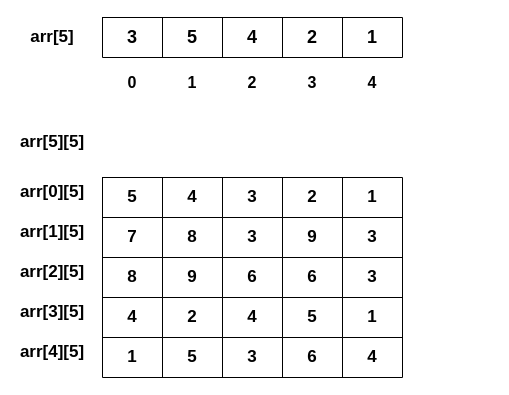
This is 未命名绘图.drawio from wujinzhe/course, a draw.io file, before an edit. Source tidied: cells renumbered, new cells numbered last; positions are measured from the earlier drawing's top-left corner, leaving out a move shared by most shapes. Both pictures are drawn from the tidied source at 100%, with x=0, y=0 at pixel (17, 17).
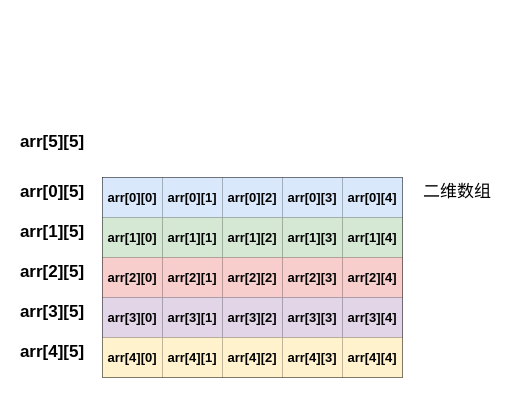
The same diagram, later.

Commit message:
更新未命名绘图.drawio

Unchanged cells that the change refers to:
```xml
<mxCell id="16" style="shape=tableRow;horizontal=0;startSize=0;swimlaneHead=0;swimlaneBody=0;strokeColor=inherit;top=0;left=0;bottom=0;right=0;fillColor=none;" parent="15" vertex="1">
  <mxGeometry width="300" height="40" as="geometry" />
</mxCell>
<mxCell id="22" style="shape=tableRow;horizontal=0;startSize=0;swimlaneHead=0;swimlaneBody=0;strokeColor=inherit;top=0;left=0;bottom=0;right=0;fillColor=none;" parent="15" vertex="1">
  <mxGeometry y="40" width="300" height="40" as="geometry" />
</mxCell>
<mxCell id="28" style="shape=tableRow;horizontal=0;startSize=0;swimlaneHead=0;swimlaneBody=0;strokeColor=inherit;top=0;left=0;bottom=0;right=0;fillColor=none;" parent="15" vertex="1">
  <mxGeometry y="80" width="300" height="40" as="geometry" />
</mxCell>
<mxCell id="34" style="shape=tableRow;horizontal=0;startSize=0;swimlaneHead=0;swimlaneBody=0;strokeColor=inherit;top=0;left=0;bottom=0;right=0;fillColor=none;" parent="15" vertex="1">
  <mxGeometry y="120" width="300" height="40" as="geometry" />
</mxCell>
<mxCell id="40" style="shape=tableRow;horizontal=0;startSize=0;swimlaneHead=0;swimlaneBody=0;strokeColor=inherit;top=0;left=0;bottom=0;right=0;fillColor=none;" parent="15" vertex="1">
  <mxGeometry y="160" width="300" height="40" as="geometry" />
</mxCell>
```

Change to the diagram source:
```diff
@@
-    <mxCell id="2" style="shape=table;startSize=0;childLayout=tableLayout;fontSize=18;" parent="1" vertex="1">
-      <mxGeometry x="85" width="300" height="40" as="geometry" />
-    </mxCell>
-    <mxCell id="3" style="shape=tableRow;horizontal=0;startSize=0;swimlaneHead=0;swimlaneBody=0;strokeColor=inherit;top=0;left=0;bottom=0;right=0;fillColor=none;" parent="2" vertex="1">
-      <mxGeometry width="300" height="40" as="geometry" />
-    </mxCell>
-    <mxCell id="4" value="3" style="shape=partialRectangle;html=1;whiteSpace=wrap;strokeColor=inherit;overflow=hidden;fillColor=none;top=0;left=0;bottom=0;right=0;fontSize=18;fontStyle=1;" parent="3" vertex="1">
-      <mxGeometry width="60" height="40" as="geometry" />
-    </mxCell>
-    <mxCell id="5" value="5" style="shape=partialRectangle;html=1;whiteSpace=wrap;strokeColor=inherit;overflow=hidden;fillColor=none;top=0;left=0;bottom=0;right=0;fontSize=18;fontStyle=1;" parent="3" vertex="1">
-      <mxGeometry x="60" width="60" height="40" as="geometry" />
-    </mxCell>
-    <mxCell id="6" value="4" style="shape=partialRectangle;html=1;whiteSpace=wrap;strokeColor=inherit;overflow=hidden;fillColor=none;top=0;left=0;bottom=0;right=0;fontSize=18;fontStyle=1;" parent="3" vertex="1">
-      <mxGeometry x="120" width="60" height="40" as="geometry" />
-    </mxCell>
-    <mxCell id="7" value="2" style="shape=partialRectangle;html=1;whiteSpace=wrap;strokeColor=inherit;overflow=hidden;fillColor=none;top=0;left=0;bottom=0;right=0;fontSize=18;fontStyle=1;" parent="3" vertex="1">
-      <mxGeometry x="180" width="60" height="40" as="geometry" />
-    </mxCell>
-    <mxCell id="8" value="1" style="shape=partialRectangle;html=1;whiteSpace=wrap;strokeColor=inherit;overflow=hidden;fillColor=none;top=0;left=0;bottom=0;right=0;fontSize=18;fontStyle=1;" parent="3" vertex="1">
-      <mxGeometry x="240" width="60" height="40" as="geometry" />
-    </mxCell>
-    <mxCell id="9" value="&lt;font style=&quot;font-size: 17px;&quot;&gt;&lt;b&gt;arr[5]&lt;/b&gt;&lt;/font&gt;" style="text;html=1;strokeColor=none;fillColor=none;align=center;verticalAlign=middle;whiteSpace=wrap;rounded=0;" parent="1" vertex="1">
-      <mxGeometry x="5" y="5" width="60" height="30" as="geometry" />
-    </mxCell>
-    <mxCell id="10" value="0" style="text;html=1;strokeColor=none;fillColor=none;align=center;verticalAlign=middle;whiteSpace=wrap;rounded=0;fontSize=16;fontStyle=1;" parent="1" vertex="1">
-      <mxGeometry x="85" y="50" width="60" height="30" as="geometry" />
-    </mxCell>
-    <mxCell id="11" value="1" style="text;html=1;strokeColor=none;fillColor=none;align=center;verticalAlign=middle;whiteSpace=wrap;rounded=0;fontSize=16;fontStyle=1;" parent="1" vertex="1">
-      <mxGeometry x="145" y="50" width="60" height="30" as="geometry" />
-    </mxCell>
-    <mxCell id="12" value="2" style="text;html=1;strokeColor=none;fillColor=none;align=center;verticalAlign=middle;whiteSpace=wrap;rounded=0;fontSize=16;fontStyle=1;" parent="1" vertex="1">
-      <mxGeometry x="205" y="50" width="60" height="30" as="geometry" />
-    </mxCell>
-    <mxCell id="13" value="3" style="text;html=1;strokeColor=none;fillColor=none;align=center;verticalAlign=middle;whiteSpace=wrap;rounded=0;fontSize=16;fontStyle=1;" parent="1" vertex="1">
-      <mxGeometry x="265" y="50" width="60" height="30" as="geometry" />
-    </mxCell>
-    <mxCell id="14" value="4" style="text;html=1;strokeColor=none;fillColor=none;align=center;verticalAlign=middle;whiteSpace=wrap;rounded=0;fontSize=16;fontStyle=1;" parent="1" vertex="1">
-      <mxGeometry x="325" y="50" width="60" height="30" as="geometry" />
-    </mxCell>
@@
-    <mxCell id="17" value="5" style="shape=partialRectangle;html=1;whiteSpace=wrap;strokeColor=inherit;overflow=hidden;fillColor=none;top=0;left=0;bottom=0;right=0;fontSize=17;fontStyle=1;" parent="16" vertex="1">
+    <mxCell id="17" value="&lt;b style=&quot;border-color: var(--border-color); font-size: 13px;&quot;&gt;arr[0][0]&lt;/b&gt;" style="shape=partialRectangle;html=1;whiteSpace=wrap;strokeColor=#6c8ebf;overflow=hidden;fillColor=#dae8fc;top=0;left=0;bottom=0;right=0;fontSize=13;fontStyle=1;" parent="16" vertex="1">
       <mxGeometry width="60" height="40" as="geometry" />
     </mxCell>
-    <mxCell id="18" value="4" style="shape=partialRectangle;html=1;whiteSpace=wrap;strokeColor=inherit;overflow=hidden;fillColor=none;top=0;left=0;bottom=0;right=0;fontSize=17;fontStyle=1;" parent="16" vertex="1">
+    <mxCell id="18" value="&lt;b style=&quot;border-color: var(--border-color);&quot;&gt;arr[0][1]&lt;/b&gt;" style="shape=partialRectangle;html=1;whiteSpace=wrap;strokeColor=#6c8ebf;overflow=hidden;fillColor=#dae8fc;top=0;left=0;bottom=0;right=0;fontSize=13;fontStyle=1;" parent="16" vertex="1">
       <mxGeometry x="60" width="60" height="40" as="geometry" />
     </mxCell>
-    <mxCell id="19" value="3" style="shape=partialRectangle;html=1;whiteSpace=wrap;strokeColor=inherit;overflow=hidden;fillColor=none;top=0;left=0;bottom=0;right=0;fontSize=17;fontStyle=1;" parent="16" vertex="1">
+    <mxCell id="19" value="&lt;b style=&quot;border-color: var(--border-color);&quot;&gt;arr[0][2]&lt;/b&gt;" style="shape=partialRectangle;html=1;whiteSpace=wrap;strokeColor=#6c8ebf;overflow=hidden;fillColor=#dae8fc;top=0;left=0;bottom=0;right=0;fontSize=13;fontStyle=1;" parent="16" vertex="1">
       <mxGeometry x="120" width="60" height="40" as="geometry" />
     </mxCell>
-    <mxCell id="20" value="2" style="shape=partialRectangle;html=1;whiteSpace=wrap;strokeColor=inherit;overflow=hidden;fillColor=none;top=0;left=0;bottom=0;right=0;fontSize=17;fontStyle=1;" parent="16" vertex="1">
+    <mxCell id="20" value="&lt;b style=&quot;border-color: var(--border-color);&quot;&gt;arr[0][3]&lt;/b&gt;" style="shape=partialRectangle;html=1;whiteSpace=wrap;strokeColor=#6c8ebf;overflow=hidden;fillColor=#dae8fc;top=0;left=0;bottom=0;right=0;fontSize=13;fontStyle=1;" parent="16" vertex="1">
       <mxGeometry x="180" width="60" height="40" as="geometry" />
     </mxCell>
-    <mxCell id="21" value="1" style="shape=partialRectangle;html=1;whiteSpace=wrap;strokeColor=inherit;overflow=hidden;fillColor=none;top=0;left=0;bottom=0;right=0;fontSize=17;fontStyle=1;" parent="16" vertex="1">
+    <mxCell id="21" value="&lt;b style=&quot;border-color: var(--border-color);&quot;&gt;arr[0][4]&lt;/b&gt;" style="shape=partialRectangle;html=1;whiteSpace=wrap;strokeColor=#6c8ebf;overflow=hidden;fillColor=#dae8fc;top=0;left=0;bottom=0;right=0;fontSize=13;fontStyle=1;" parent="16" vertex="1">
       <mxGeometry x="240" width="60" height="40" as="geometry" />
     </mxCell>
@@
-    <mxCell id="23" value="7" style="shape=partialRectangle;html=1;whiteSpace=wrap;strokeColor=inherit;overflow=hidden;fillColor=none;top=0;left=0;bottom=0;right=0;fontSize=17;fontStyle=1;" parent="22" vertex="1">
+    <mxCell id="23" value="&lt;b style=&quot;border-color: var(--border-color);&quot;&gt;arr[1][0]&lt;/b&gt;" style="shape=partialRectangle;html=1;whiteSpace=wrap;strokeColor=#82b366;overflow=hidden;fillColor=#d5e8d4;top=0;left=0;bottom=0;right=0;fontSize=13;fontStyle=1;" parent="22" vertex="1">
       <mxGeometry width="60" height="40" as="geometry" />
     </mxCell>
-    <mxCell id="24" value="8" style="shape=partialRectangle;html=1;whiteSpace=wrap;strokeColor=inherit;overflow=hidden;fillColor=none;top=0;left=0;bottom=0;right=0;fontSize=17;fontStyle=1;" parent="22" vertex="1">
+    <mxCell id="24" value="&lt;b style=&quot;border-color: var(--border-color);&quot;&gt;arr[1][1]&lt;/b&gt;" style="shape=partialRectangle;html=1;whiteSpace=wrap;strokeColor=#82b366;overflow=hidden;fillColor=#d5e8d4;top=0;left=0;bottom=0;right=0;fontSize=13;fontStyle=1;" parent="22" vertex="1">
       <mxGeometry x="60" width="60" height="40" as="geometry" />
     </mxCell>
-    <mxCell id="25" value="3" style="shape=partialRectangle;html=1;whiteSpace=wrap;strokeColor=inherit;overflow=hidden;fillColor=none;top=0;left=0;bottom=0;right=0;fontSize=17;fontStyle=1;" parent="22" vertex="1">
+    <mxCell id="25" value="&lt;b style=&quot;border-color: var(--border-color);&quot;&gt;arr[1][2]&lt;/b&gt;" style="shape=partialRectangle;html=1;whiteSpace=wrap;strokeColor=#82b366;overflow=hidden;fillColor=#d5e8d4;top=0;left=0;bottom=0;right=0;fontSize=13;fontStyle=1;" parent="22" vertex="1">
       <mxGeometry x="120" width="60" height="40" as="geometry" />
     </mxCell>
-    <mxCell id="26" value="9" style="shape=partialRectangle;html=1;whiteSpace=wrap;strokeColor=inherit;overflow=hidden;fillColor=none;top=0;left=0;bottom=0;right=0;fontSize=17;fontStyle=1;" parent="22" vertex="1">
+    <mxCell id="26" value="&lt;b style=&quot;border-color: var(--border-color);&quot;&gt;arr[1][3]&lt;/b&gt;" style="shape=partialRectangle;html=1;whiteSpace=wrap;strokeColor=#82b366;overflow=hidden;fillColor=#d5e8d4;top=0;left=0;bottom=0;right=0;fontSize=13;fontStyle=1;" parent="22" vertex="1">
       <mxGeometry x="180" width="60" height="40" as="geometry" />
     </mxCell>
-    <mxCell id="27" value="3" style="shape=partialRectangle;html=1;whiteSpace=wrap;strokeColor=inherit;overflow=hidden;fillColor=none;top=0;left=0;bottom=0;right=0;fontSize=17;fontStyle=1;" parent="22" vertex="1">
+    <mxCell id="27" value="&lt;b style=&quot;border-color: var(--border-color);&quot;&gt;arr[1][4]&lt;/b&gt;" style="shape=partialRectangle;html=1;whiteSpace=wrap;strokeColor=#82b366;overflow=hidden;fillColor=#d5e8d4;top=0;left=0;bottom=0;right=0;fontSize=13;fontStyle=1;" parent="22" vertex="1">
       <mxGeometry x="240" width="60" height="40" as="geometry" />
     </mxCell>
@@
-    <mxCell id="29" value="8" style="shape=partialRectangle;html=1;whiteSpace=wrap;strokeColor=inherit;overflow=hidden;fillColor=none;top=0;left=0;bottom=0;right=0;fontSize=17;fontStyle=1;" parent="28" vertex="1">
+    <mxCell id="29" value="&lt;b style=&quot;border-color: var(--border-color);&quot;&gt;arr[2][0]&lt;/b&gt;" style="shape=partialRectangle;html=1;whiteSpace=wrap;strokeColor=#b85450;overflow=hidden;fillColor=#f8cecc;top=0;left=0;bottom=0;right=0;fontSize=13;fontStyle=1;" parent="28" vertex="1">
       <mxGeometry width="60" height="40" as="geometry" />
     </mxCell>
-    <mxCell id="30" value="9" style="shape=partialRectangle;html=1;whiteSpace=wrap;strokeColor=inherit;overflow=hidden;fillColor=none;top=0;left=0;bottom=0;right=0;fontSize=17;fontStyle=1;" parent="28" vertex="1">
+    <mxCell id="30" value="&lt;b style=&quot;border-color: var(--border-color);&quot;&gt;arr[2][1]&lt;/b&gt;" style="shape=partialRectangle;html=1;whiteSpace=wrap;strokeColor=#b85450;overflow=hidden;fillColor=#f8cecc;top=0;left=0;bottom=0;right=0;fontSize=13;fontStyle=1;" parent="28" vertex="1">
       <mxGeometry x="60" width="60" height="40" as="geometry" />
     </mxCell>
-    <mxCell id="31" value="6" style="shape=partialRectangle;html=1;whiteSpace=wrap;strokeColor=inherit;overflow=hidden;fillColor=none;top=0;left=0;bottom=0;right=0;fontSize=17;fontStyle=1;" parent="28" vertex="1">
+    <mxCell id="31" value="&lt;b style=&quot;border-color: var(--border-color);&quot;&gt;arr[2][2]&lt;/b&gt;" style="shape=partialRectangle;html=1;whiteSpace=wrap;strokeColor=#b85450;overflow=hidden;fillColor=#f8cecc;top=0;left=0;bottom=0;right=0;fontSize=13;fontStyle=1;" parent="28" vertex="1">
       <mxGeometry x="120" width="60" height="40" as="geometry" />
     </mxCell>
-    <mxCell id="32" value="6" style="shape=partialRectangle;html=1;whiteSpace=wrap;strokeColor=inherit;overflow=hidden;fillColor=none;top=0;left=0;bottom=0;right=0;fontSize=17;fontStyle=1;" parent="28" vertex="1">
+    <mxCell id="32" value="&lt;b style=&quot;border-color: var(--border-color);&quot;&gt;arr[2][3]&lt;/b&gt;" style="shape=partialRectangle;html=1;whiteSpace=wrap;strokeColor=#b85450;overflow=hidden;fillColor=#f8cecc;top=0;left=0;bottom=0;right=0;fontSize=13;fontStyle=1;" parent="28" vertex="1">
       <mxGeometry x="180" width="60" height="40" as="geometry" />
     </mxCell>
-    <mxCell id="33" value="3" style="shape=partialRectangle;html=1;whiteSpace=wrap;strokeColor=inherit;overflow=hidden;fillColor=none;top=0;left=0;bottom=0;right=0;fontSize=17;fontStyle=1;" parent="28" vertex="1">
+    <mxCell id="33" value="&lt;b style=&quot;border-color: var(--border-color);&quot;&gt;arr[2][4]&lt;/b&gt;" style="shape=partialRectangle;html=1;whiteSpace=wrap;strokeColor=#b85450;overflow=hidden;fillColor=#f8cecc;top=0;left=0;bottom=0;right=0;fontSize=13;fontStyle=1;" parent="28" vertex="1">
       <mxGeometry x="240" width="60" height="40" as="geometry" />
     </mxCell>
@@
-    <mxCell id="35" value="4" style="shape=partialRectangle;html=1;whiteSpace=wrap;strokeColor=inherit;overflow=hidden;fillColor=none;top=0;left=0;bottom=0;right=0;fontSize=17;fontStyle=1;" parent="34" vertex="1">
+    <mxCell id="35" value="&lt;b style=&quot;border-color: var(--border-color);&quot;&gt;arr[3][0]&lt;/b&gt;" style="shape=partialRectangle;html=1;whiteSpace=wrap;strokeColor=#9673a6;overflow=hidden;fillColor=#e1d5e7;top=0;left=0;bottom=0;right=0;fontSize=13;fontStyle=1;" parent="34" vertex="1">
       <mxGeometry width="60" height="40" as="geometry" />
     </mxCell>
-    <mxCell id="36" value="2" style="shape=partialRectangle;html=1;whiteSpace=wrap;strokeColor=inherit;overflow=hidden;fillColor=none;top=0;left=0;bottom=0;right=0;fontSize=17;fontStyle=1;" parent="34" vertex="1">
+    <mxCell id="36" value="&lt;b style=&quot;border-color: var(--border-color);&quot;&gt;arr[3][1]&lt;/b&gt;" style="shape=partialRectangle;html=1;whiteSpace=wrap;strokeColor=#9673a6;overflow=hidden;fillColor=#e1d5e7;top=0;left=0;bottom=0;right=0;fontSize=13;fontStyle=1;" parent="34" vertex="1">
       <mxGeometry x="60" width="60" height="40" as="geometry" />
     </mxCell>
-    <mxCell id="37" value="4" style="shape=partialRectangle;html=1;whiteSpace=wrap;strokeColor=inherit;overflow=hidden;fillColor=none;top=0;left=0;bottom=0;right=0;fontSize=17;fontStyle=1;" parent="34" vertex="1">
+    <mxCell id="37" value="&lt;b style=&quot;border-color: var(--border-color);&quot;&gt;arr[3][2]&lt;/b&gt;" style="shape=partialRectangle;html=1;whiteSpace=wrap;strokeColor=#9673a6;overflow=hidden;fillColor=#e1d5e7;top=0;left=0;bottom=0;right=0;fontSize=13;fontStyle=1;" parent="34" vertex="1">
       <mxGeometry x="120" width="60" height="40" as="geometry" />
     </mxCell>
-    <mxCell id="38" value="5" style="shape=partialRectangle;html=1;whiteSpace=wrap;strokeColor=inherit;overflow=hidden;fillColor=none;top=0;left=0;bottom=0;right=0;fontSize=17;fontStyle=1;" parent="34" vertex="1">
+    <mxCell id="38" value="&lt;b style=&quot;border-color: var(--border-color);&quot;&gt;arr[3][3]&lt;/b&gt;" style="shape=partialRectangle;html=1;whiteSpace=wrap;strokeColor=#9673a6;overflow=hidden;fillColor=#e1d5e7;top=0;left=0;bottom=0;right=0;fontSize=13;fontStyle=1;" parent="34" vertex="1">
       <mxGeometry x="180" width="60" height="40" as="geometry" />
     </mxCell>
-    <mxCell id="39" value="1" style="shape=partialRectangle;html=1;whiteSpace=wrap;strokeColor=inherit;overflow=hidden;fillColor=none;top=0;left=0;bottom=0;right=0;fontSize=17;fontStyle=1;" parent="34" vertex="1">
+    <mxCell id="39" value="&lt;b style=&quot;border-color: var(--border-color);&quot;&gt;arr[3][4]&lt;/b&gt;" style="shape=partialRectangle;html=1;whiteSpace=wrap;strokeColor=#9673a6;overflow=hidden;fillColor=#e1d5e7;top=0;left=0;bottom=0;right=0;fontSize=13;fontStyle=1;" parent="34" vertex="1">
       <mxGeometry x="240" width="60" height="40" as="geometry" />
     </mxCell>
@@
-    <mxCell id="41" value="1" style="shape=partialRectangle;html=1;whiteSpace=wrap;strokeColor=inherit;overflow=hidden;fillColor=none;top=0;left=0;bottom=0;right=0;fontSize=17;fontStyle=1;" parent="40" vertex="1">
+    <mxCell id="41" value="&lt;b style=&quot;border-color: var(--border-color);&quot;&gt;arr[4][0]&lt;/b&gt;" style="shape=partialRectangle;html=1;whiteSpace=wrap;strokeColor=#d6b656;overflow=hidden;fillColor=#fff2cc;top=0;left=0;bottom=0;right=0;fontSize=13;fontStyle=1;" parent="40" vertex="1">
       <mxGeometry width="60" height="40" as="geometry" />
     </mxCell>
-    <mxCell id="42" value="5" style="shape=partialRectangle;html=1;whiteSpace=wrap;strokeColor=inherit;overflow=hidden;fillColor=none;top=0;left=0;bottom=0;right=0;fontSize=17;fontStyle=1;" parent="40" vertex="1">
+    <mxCell id="42" value="&lt;b style=&quot;border-color: var(--border-color);&quot;&gt;arr[4][1]&lt;/b&gt;" style="shape=partialRectangle;html=1;whiteSpace=wrap;strokeColor=#d6b656;overflow=hidden;fillColor=#fff2cc;top=0;left=0;bottom=0;right=0;fontSize=13;fontStyle=1;" parent="40" vertex="1">
       <mxGeometry x="60" width="60" height="40" as="geometry" />
     </mxCell>
-    <mxCell id="43" value="3" style="shape=partialRectangle;html=1;whiteSpace=wrap;strokeColor=inherit;overflow=hidden;fillColor=none;top=0;left=0;bottom=0;right=0;fontSize=17;fontStyle=1;" parent="40" vertex="1">
+    <mxCell id="43" value="&lt;b style=&quot;border-color: var(--border-color);&quot;&gt;arr[4][2]&lt;/b&gt;" style="shape=partialRectangle;html=1;whiteSpace=wrap;strokeColor=#d6b656;overflow=hidden;fillColor=#fff2cc;top=0;left=0;bottom=0;right=0;fontSize=13;fontStyle=1;" parent="40" vertex="1">
       <mxGeometry x="120" width="60" height="40" as="geometry" />
     </mxCell>
-    <mxCell id="44" value="6" style="shape=partialRectangle;html=1;whiteSpace=wrap;strokeColor=inherit;overflow=hidden;fillColor=none;top=0;left=0;bottom=0;right=0;fontSize=17;fontStyle=1;" parent="40" vertex="1">
+    <mxCell id="44" value="&lt;b style=&quot;border-color: var(--border-color);&quot;&gt;arr[4][3]&lt;/b&gt;" style="shape=partialRectangle;html=1;whiteSpace=wrap;strokeColor=#d6b656;overflow=hidden;fillColor=#fff2cc;top=0;left=0;bottom=0;right=0;fontSize=13;fontStyle=1;" parent="40" vertex="1">
       <mxGeometry x="180" width="60" height="40" as="geometry" />
     </mxCell>
-    <mxCell id="45" value="4" style="shape=partialRectangle;html=1;whiteSpace=wrap;strokeColor=inherit;overflow=hidden;fillColor=none;top=0;left=0;bottom=0;right=0;fontSize=17;fontStyle=1;" parent="40" vertex="1">
+    <mxCell id="45" value="&lt;b style=&quot;border-color: var(--border-color);&quot;&gt;arr[4][4]&lt;/b&gt;" style="shape=partialRectangle;html=1;whiteSpace=wrap;strokeColor=#d6b656;overflow=hidden;fillColor=#fff2cc;top=0;left=0;bottom=0;right=0;fontSize=13;fontStyle=1;" parent="40" vertex="1">
       <mxGeometry x="240" width="60" height="40" as="geometry" />
     </mxCell>
@@
+    <mxCell id="52" value="&lt;font style=&quot;font-size: 17px;&quot;&gt;二维数组&lt;/font&gt;" style="text;html=1;strokeColor=none;fillColor=none;align=center;verticalAlign=middle;whiteSpace=wrap;rounded=0;" parent="1" vertex="1">
+      <mxGeometry x="405" y="160" width="70" height="30" as="geometry" />
+    </mxCell>
```
